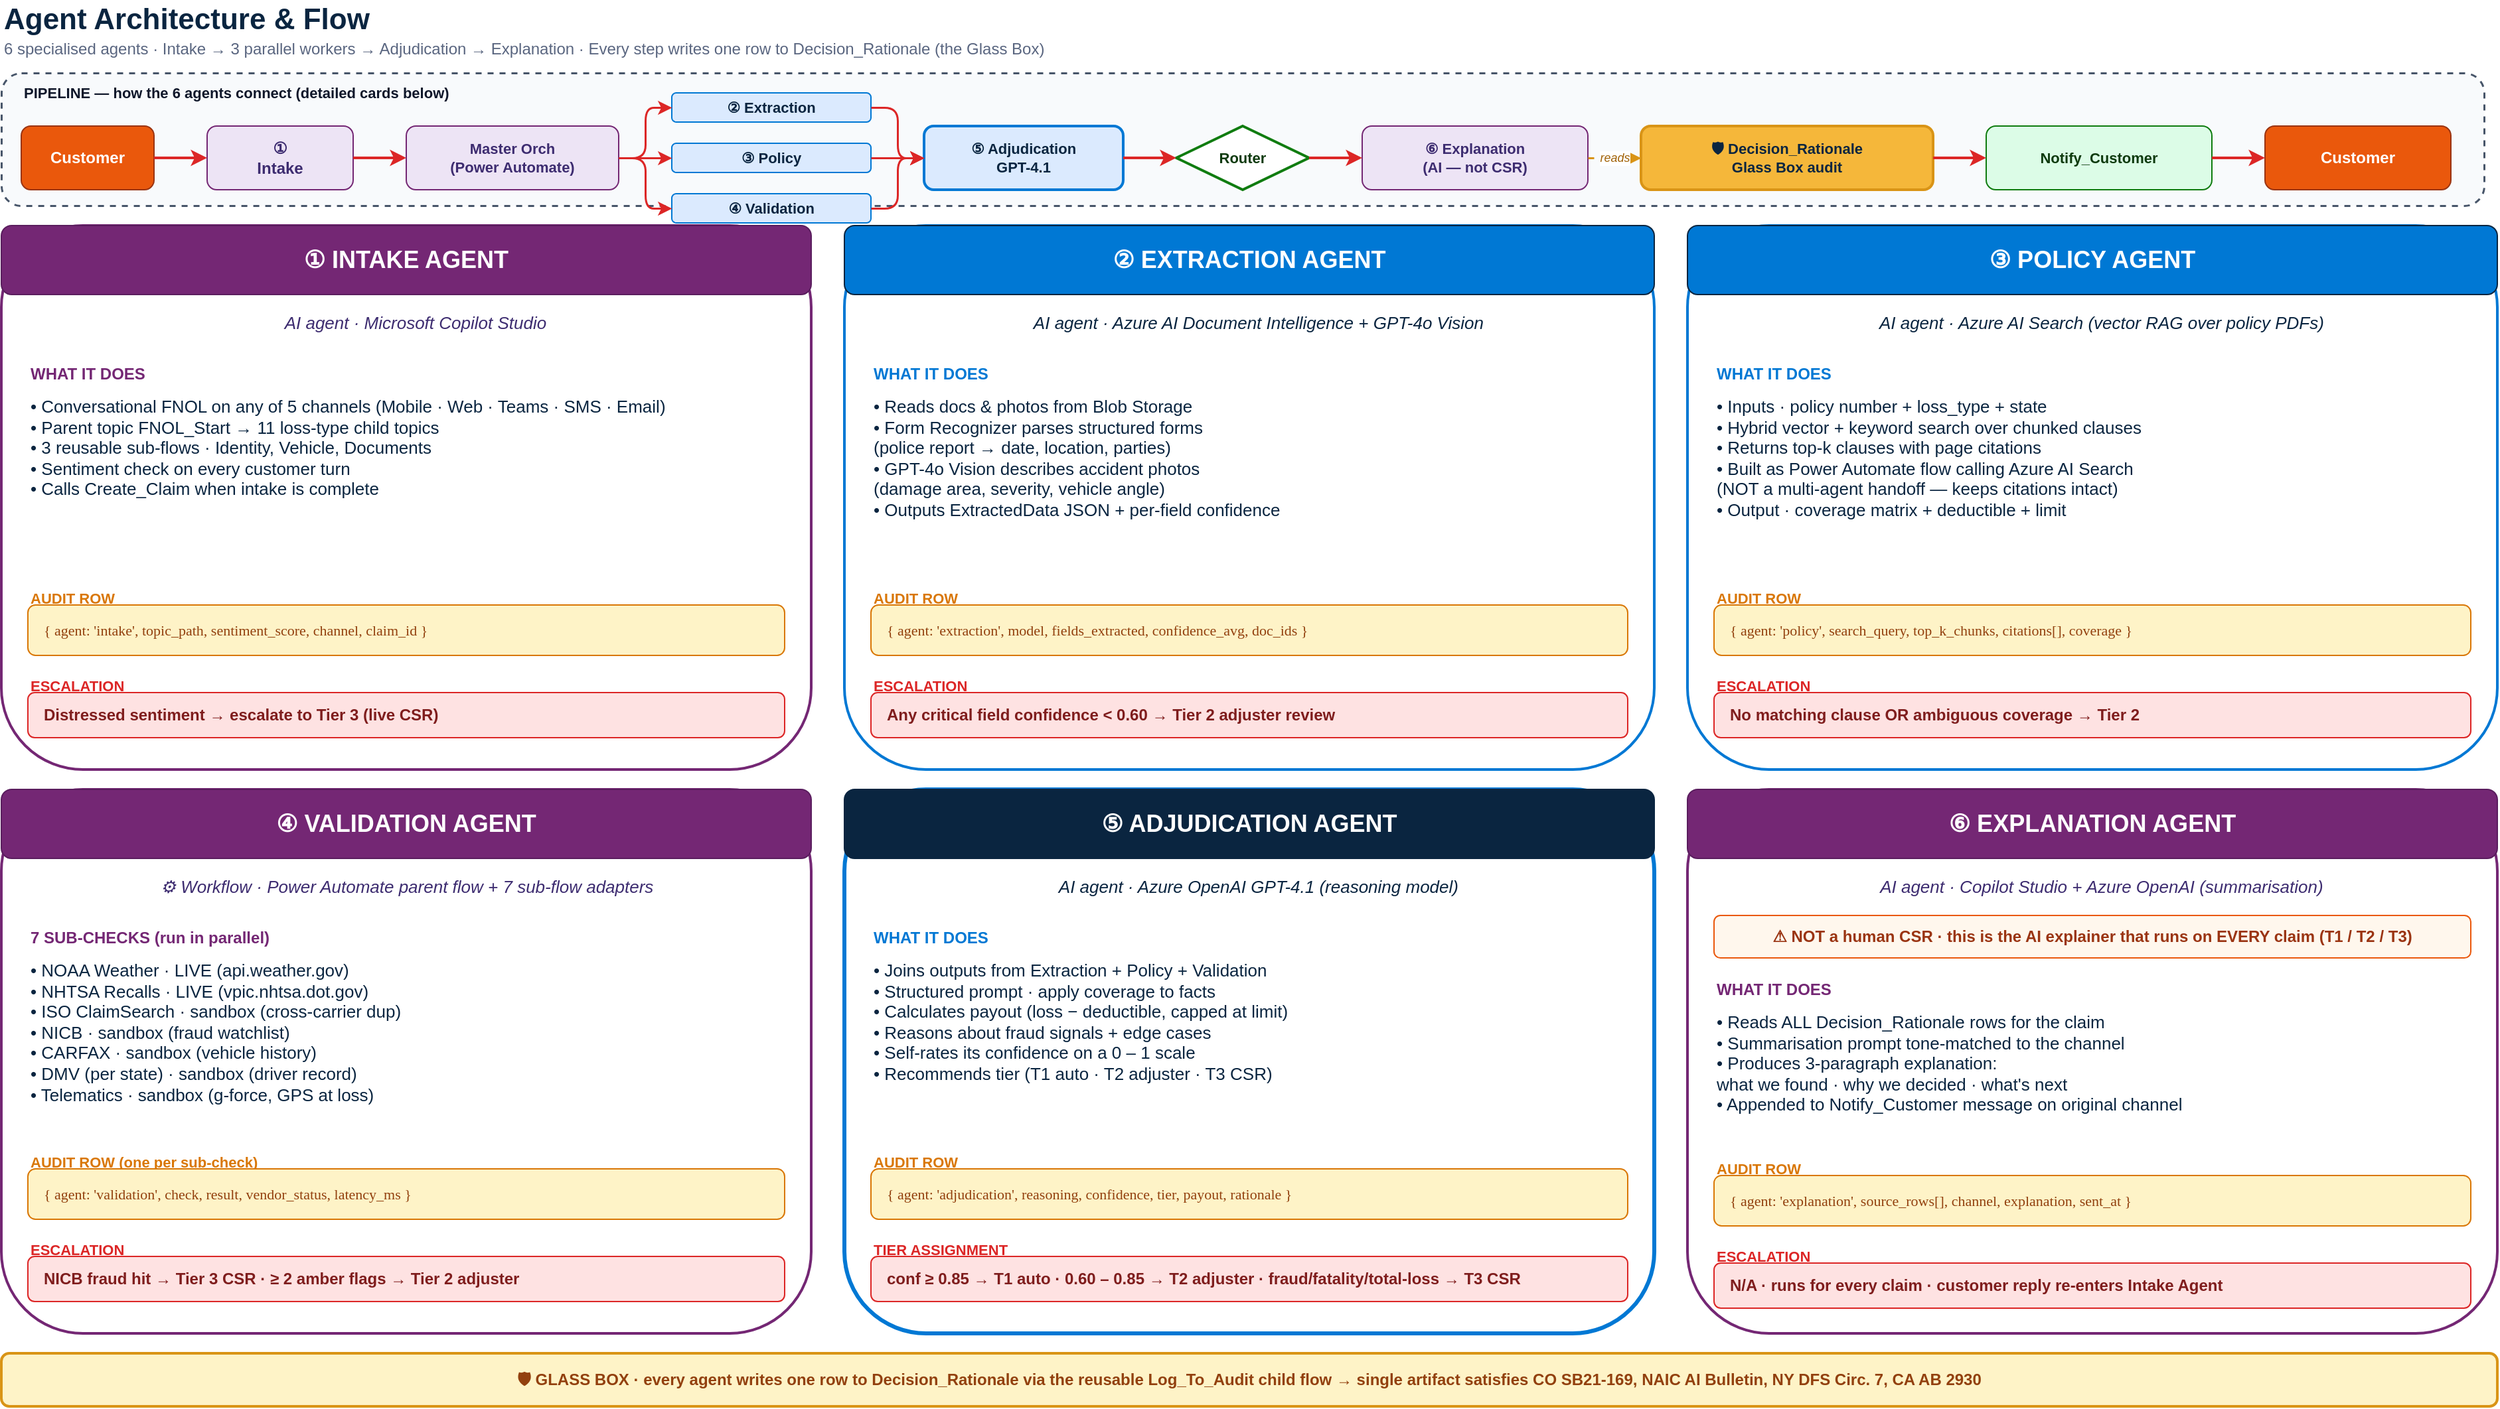
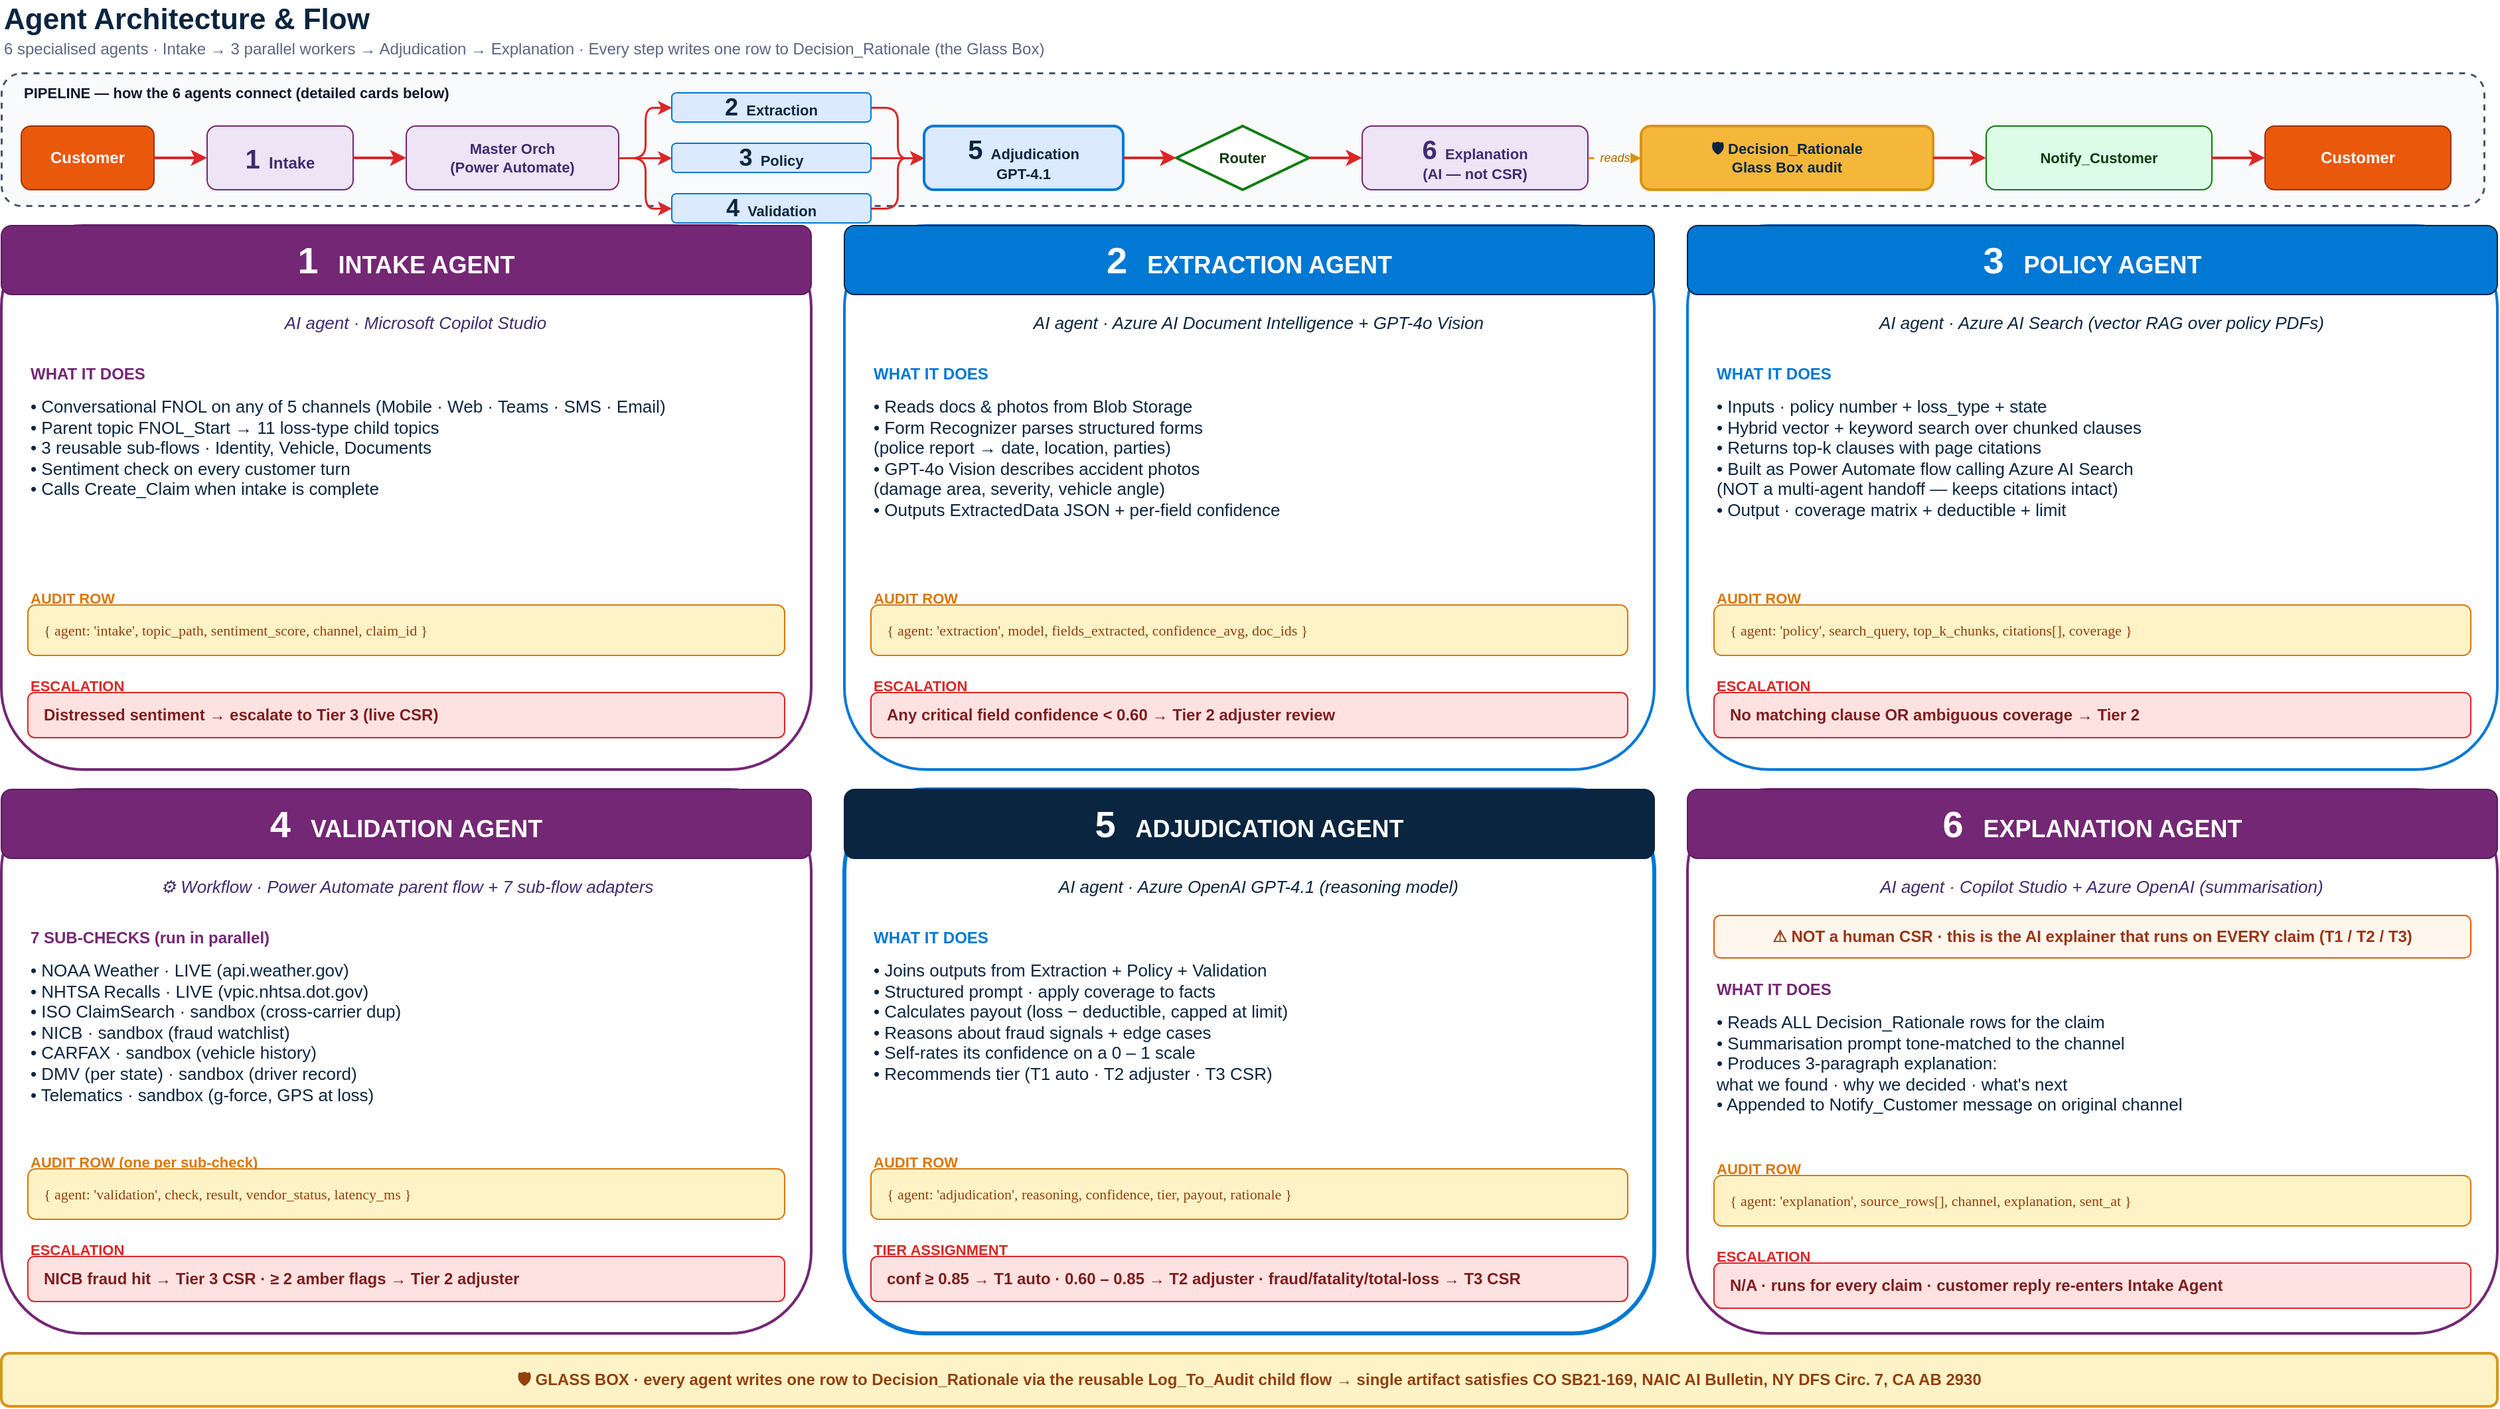
<mxfile host="app.diagrams.net" modified="2026-05-18T12:00:00.000Z" agent="Claude/Hack2Future" version="22.1.16" type="device">
  <diagram name="Agent Architecture &amp; Flow" id="agent-architecture-v2">
    <mxGraphModel dx="1422" dy="838" grid="1" gridSize="10" guides="1" tooltips="1" connect="1" arrows="1" fold="1" page="1" pageScale="1" pageWidth="1920" pageHeight="1080" math="0" shadow="0">
      <root>
        <mxCell id="0" />
        <mxCell id="1" parent="0" />

        <!-- =====  TITLE  ===== -->
        <mxCell id="title" value="Agent Architecture &amp; Flow" style="text;html=1;strokeColor=none;fillColor=none;align=left;verticalAlign=middle;fontSize=22;fontStyle=1;fontColor=#0a2540" vertex="1" parent="1">
          <mxGeometry x="25" y="10" width="1870" height="30" as="geometry" />
        </mxCell>
        <mxCell id="subtitle" value="6 specialised agents  ·  Intake → 3 parallel workers → Adjudication → Explanation  ·  Every step writes one row to Decision_Rationale (the Glass Box)" style="text;html=1;strokeColor=none;fillColor=none;align=left;verticalAlign=middle;fontSize=12;fontColor=#5a6680" vertex="1" parent="1">
          <mxGeometry x="25" y="38" width="1870" height="18" as="geometry" />
        </mxCell>

        <!-- =====================================================================
             PIPELINE OVERVIEW BAND  (y=65 - 165)  - compact, one line
             ===================================================================== -->
        <mxCell id="pipe_band" value="" style="rounded=1;whiteSpace=wrap;html=1;dashed=1;fillColor=#f8fafc;strokeColor=#475569;strokeWidth=1.5" vertex="1" parent="1">
          <mxGeometry x="25" y="65" width="1870" height="100" as="geometry" />
        </mxCell>
        <mxCell id="pipe_lbl" value="PIPELINE — how the 6 agents connect (detailed cards below)" style="text;html=1;align=left;verticalAlign=middle;fontSize=11;fontStyle=1;fontColor=#0f172a" vertex="1" parent="1">
          <mxGeometry x="40" y="72" width="600" height="16" as="geometry" />
        </mxCell>

        <mxCell id="p_cust" value="Customer" style="rounded=1;whiteSpace=wrap;html=1;fillColor=#ea580c;strokeColor=#9a3412;fontColor=#ffffff;fontSize=12;fontStyle=1;align=center;verticalAlign=middle" vertex="1" parent="1">
          <mxGeometry x="40" y="105" width="100" height="48" as="geometry" />
        </mxCell>
-         <mxCell id="p_intake" value="①&#10;Intake" style="rounded=1;whiteSpace=wrap;html=1;fillColor=#ede4f5;strokeColor=#742774;fontColor=#3d2c70;fontSize=12;fontStyle=1;align=center;verticalAlign=middle" vertex="1" parent="1">
+         <mxCell id="p_intake" value="&lt;font style=&quot;font-size:20px&quot;&gt;&lt;b&gt;1&lt;/b&gt;&lt;/font&gt;&amp;nbsp;&amp;nbsp;Intake" style="rounded=1;whiteSpace=wrap;html=1;fillColor=#ede4f5;strokeColor=#742774;fontColor=#3d2c70;fontSize=12;fontStyle=1;align=center;verticalAlign=middle" vertex="1" parent="1">
          <mxGeometry x="180" y="105" width="110" height="48" as="geometry" />
        </mxCell>
        <mxCell id="p_master" value="Master Orch&#10;(Power Automate)" style="rounded=1;whiteSpace=wrap;html=1;fillColor=#ede4f5;strokeColor=#742774;fontColor=#3d2c70;fontSize=11;fontStyle=1;align=center;verticalAlign=middle" vertex="1" parent="1">
          <mxGeometry x="330" y="105" width="160" height="48" as="geometry" />
        </mxCell>
-         <mxCell id="p_ext" value="②  Extraction" style="rounded=1;whiteSpace=wrap;html=1;fillColor=#dbeafe;strokeColor=#0078d4;fontColor=#0a2540;fontSize=11;fontStyle=1;align=center;verticalAlign=middle" vertex="1" parent="1">
+         <mxCell id="p_ext" value="&lt;font style=&quot;font-size:18px&quot;&gt;&lt;b&gt;2&lt;/b&gt;&lt;/font&gt;&amp;nbsp;&amp;nbsp;Extraction" style="rounded=1;whiteSpace=wrap;html=1;fillColor=#dbeafe;strokeColor=#0078d4;fontColor=#0a2540;fontSize=11;fontStyle=1;align=center;verticalAlign=middle" vertex="1" parent="1">
          <mxGeometry x="530" y="80" width="150" height="22" as="geometry" />
        </mxCell>
-         <mxCell id="p_pol" value="③  Policy" style="rounded=1;whiteSpace=wrap;html=1;fillColor=#dbeafe;strokeColor=#0078d4;fontColor=#0a2540;fontSize=11;fontStyle=1;align=center;verticalAlign=middle" vertex="1" parent="1">
+         <mxCell id="p_pol" value="&lt;font style=&quot;font-size:18px&quot;&gt;&lt;b&gt;3&lt;/b&gt;&lt;/font&gt;&amp;nbsp;&amp;nbsp;Policy" style="rounded=1;whiteSpace=wrap;html=1;fillColor=#dbeafe;strokeColor=#0078d4;fontColor=#0a2540;fontSize=11;fontStyle=1;align=center;verticalAlign=middle" vertex="1" parent="1">
          <mxGeometry x="530" y="118" width="150" height="22" as="geometry" />
        </mxCell>
-         <mxCell id="p_val" value="④  Validation" style="rounded=1;whiteSpace=wrap;html=1;fillColor=#dbeafe;strokeColor=#0078d4;fontColor=#0a2540;fontSize=11;fontStyle=1;align=center;verticalAlign=middle" vertex="1" parent="1">
+         <mxCell id="p_val" value="&lt;font style=&quot;font-size:18px&quot;&gt;&lt;b&gt;4&lt;/b&gt;&lt;/font&gt;&amp;nbsp;&amp;nbsp;Validation" style="rounded=1;whiteSpace=wrap;html=1;fillColor=#dbeafe;strokeColor=#0078d4;fontColor=#0a2540;fontSize=11;fontStyle=1;align=center;verticalAlign=middle" vertex="1" parent="1">
          <mxGeometry x="530" y="156" width="150" height="22" as="geometry" />
        </mxCell>
-         <mxCell id="p_adj" value="⑤  Adjudication&#10;GPT-4.1" style="rounded=1;whiteSpace=wrap;html=1;fillColor=#dbeafe;strokeColor=#0078d4;strokeWidth=2;fontColor=#0a2540;fontSize=11;fontStyle=1;align=center;verticalAlign=middle" vertex="1" parent="1">
+         <mxCell id="p_adj" value="&lt;font style=&quot;font-size:20px&quot;&gt;&lt;b&gt;5&lt;/b&gt;&lt;/font&gt;&amp;nbsp;&amp;nbsp;Adjudication&lt;br&gt;GPT-4.1" style="rounded=1;whiteSpace=wrap;html=1;fillColor=#dbeafe;strokeColor=#0078d4;strokeWidth=2;fontColor=#0a2540;fontSize=11;fontStyle=1;align=center;verticalAlign=middle" vertex="1" parent="1">
          <mxGeometry x="720" y="105" width="150" height="48" as="geometry" />
        </mxCell>
        <mxCell id="p_router" value="Router" style="rhombus;whiteSpace=wrap;html=1;fillColor=#ffffff;strokeColor=#107c10;strokeWidth=2;fontSize=11;fontStyle=1;fontColor=#0e3a0e" vertex="1" parent="1">
          <mxGeometry x="910" y="105" width="100" height="48" as="geometry" />
        </mxCell>
-         <mxCell id="p_expl" value="⑥  Explanation&#10;(AI — not CSR)" style="rounded=1;whiteSpace=wrap;html=1;fillColor=#ede4f5;strokeColor=#742774;fontColor=#3d2c70;fontSize=11;fontStyle=1;align=center;verticalAlign=middle" vertex="1" parent="1">
+         <mxCell id="p_expl" value="&lt;font style=&quot;font-size:20px&quot;&gt;&lt;b&gt;6&lt;/b&gt;&lt;/font&gt;&amp;nbsp;&amp;nbsp;Explanation&lt;br&gt;(AI — not CSR)" style="rounded=1;whiteSpace=wrap;html=1;fillColor=#ede4f5;strokeColor=#742774;fontColor=#3d2c70;fontSize=11;fontStyle=1;align=center;verticalAlign=middle" vertex="1" parent="1">
          <mxGeometry x="1050" y="105" width="170" height="48" as="geometry" />
        </mxCell>
        <mxCell id="p_audit" value="🛡  Decision_Rationale&#10;Glass Box audit" style="rounded=1;whiteSpace=wrap;html=1;fillColor=#f5b73a;strokeColor=#d99416;strokeWidth=2;fontColor=#0a2540;fontSize=11;fontStyle=1;align=center;verticalAlign=middle" vertex="1" parent="1">
          <mxGeometry x="1260" y="105" width="220" height="48" as="geometry" />
        </mxCell>
        <mxCell id="p_notify" value="Notify_Customer" style="rounded=1;whiteSpace=wrap;html=1;fillColor=#dcfce7;strokeColor=#107c10;fontColor=#0e3a0e;fontSize=11;fontStyle=1;align=center;verticalAlign=middle" vertex="1" parent="1">
          <mxGeometry x="1520" y="105" width="170" height="48" as="geometry" />
        </mxCell>
        <mxCell id="p_back" value="Customer" style="rounded=1;whiteSpace=wrap;html=1;fillColor=#ea580c;strokeColor=#9a3412;fontColor=#ffffff;fontSize=12;fontStyle=1;align=center;verticalAlign=middle" vertex="1" parent="1">
          <mxGeometry x="1730" y="105" width="140" height="48" as="geometry" />
        </mxCell>

        <!-- Pipeline arrows -->
        <mxCell id="pa1" value="" style="endArrow=classic;html=1;strokeColor=#dc2626;strokeWidth=2;edgeStyle=orthogonalEdgeStyle;rounded=1;exitX=1;exitY=0.5;entryX=0;entryY=0.5" edge="1" parent="1" source="p_cust" target="p_intake">
          <mxGeometry relative="1" as="geometry" />
        </mxCell>
        <mxCell id="pa2" value="" style="endArrow=classic;html=1;strokeColor=#dc2626;strokeWidth=2;edgeStyle=orthogonalEdgeStyle;rounded=1;exitX=1;exitY=0.5;entryX=0;entryY=0.5" edge="1" parent="1" source="p_intake" target="p_master">
          <mxGeometry relative="1" as="geometry" />
        </mxCell>
        <mxCell id="pa3a" value="" style="endArrow=classic;html=1;strokeColor=#dc2626;strokeWidth=1.5;edgeStyle=orthogonalEdgeStyle;rounded=1;exitX=1;exitY=0.5;entryX=0;entryY=0.5" edge="1" parent="1" source="p_master" target="p_ext">
          <mxGeometry relative="1" as="geometry" />
        </mxCell>
        <mxCell id="pa3b" value="" style="endArrow=classic;html=1;strokeColor=#dc2626;strokeWidth=1.5;edgeStyle=orthogonalEdgeStyle;rounded=1;exitX=1;exitY=0.5;entryX=0;entryY=0.5" edge="1" parent="1" source="p_master" target="p_pol">
          <mxGeometry relative="1" as="geometry" />
        </mxCell>
        <mxCell id="pa3c" value="" style="endArrow=classic;html=1;strokeColor=#dc2626;strokeWidth=1.5;edgeStyle=orthogonalEdgeStyle;rounded=1;exitX=1;exitY=0.5;entryX=0;entryY=0.5" edge="1" parent="1" source="p_master" target="p_val">
          <mxGeometry relative="1" as="geometry" />
        </mxCell>
        <mxCell id="pa4a" value="" style="endArrow=classic;html=1;strokeColor=#dc2626;strokeWidth=1.5;edgeStyle=orthogonalEdgeStyle;rounded=1;exitX=1;exitY=0.5;entryX=0;entryY=0.5" edge="1" parent="1" source="p_ext" target="p_adj">
          <mxGeometry relative="1" as="geometry" />
        </mxCell>
        <mxCell id="pa4b" value="" style="endArrow=classic;html=1;strokeColor=#dc2626;strokeWidth=1.5;edgeStyle=orthogonalEdgeStyle;rounded=1;exitX=1;exitY=0.5;entryX=0;entryY=0.5" edge="1" parent="1" source="p_pol" target="p_adj">
          <mxGeometry relative="1" as="geometry" />
        </mxCell>
        <mxCell id="pa4c" value="" style="endArrow=classic;html=1;strokeColor=#dc2626;strokeWidth=1.5;edgeStyle=orthogonalEdgeStyle;rounded=1;exitX=1;exitY=0.5;entryX=0;entryY=0.5" edge="1" parent="1" source="p_val" target="p_adj">
          <mxGeometry relative="1" as="geometry" />
        </mxCell>
        <mxCell id="pa5" value="" style="endArrow=classic;html=1;strokeColor=#dc2626;strokeWidth=2;edgeStyle=orthogonalEdgeStyle;rounded=1;exitX=1;exitY=0.5;entryX=0;entryY=0.5" edge="1" parent="1" source="p_adj" target="p_router">
          <mxGeometry relative="1" as="geometry" />
        </mxCell>
        <mxCell id="pa6" value="" style="endArrow=classic;html=1;strokeColor=#dc2626;strokeWidth=2;edgeStyle=orthogonalEdgeStyle;rounded=1;exitX=1;exitY=0.5;entryX=0;entryY=0.5" edge="1" parent="1" source="p_router" target="p_expl">
          <mxGeometry relative="1" as="geometry" />
        </mxCell>
        <mxCell id="pa7" value="reads" style="endArrow=classic;html=1;strokeColor=#d99416;strokeWidth=1.5;dashed=1;fontColor=#a16207;fontSize=9;fontStyle=2;edgeStyle=orthogonalEdgeStyle;rounded=1;exitX=1;exitY=0.5;entryX=0;entryY=0.5" edge="1" parent="1" source="p_expl" target="p_audit">
          <mxGeometry relative="1" as="geometry" />
        </mxCell>
        <mxCell id="pa8" value="" style="endArrow=classic;html=1;strokeColor=#dc2626;strokeWidth=2;edgeStyle=orthogonalEdgeStyle;rounded=1;exitX=1;exitY=0.5;entryX=0;entryY=0.5" edge="1" parent="1" source="p_audit" target="p_notify">
          <mxGeometry relative="1" as="geometry" />
        </mxCell>
        <mxCell id="pa9" value="" style="endArrow=classic;html=1;strokeColor=#dc2626;strokeWidth=2;edgeStyle=orthogonalEdgeStyle;rounded=1;exitX=1;exitY=0.5;entryX=0;entryY=0.5" edge="1" parent="1" source="p_notify" target="p_back">
          <mxGeometry relative="1" as="geometry" />
        </mxCell>

        <!-- =====================================================================
             AGENT CARDS — 2 x 3 GRID
             Top row    y = 180 - 590  (410h)
             Bottom row y = 605 - 1015 (410h)
             Card width 610  ·  spacing 25
             x positions: 25, 660, 1295
             ===================================================================== -->

        <!-- =====================  CARD 1: INTAKE  ===================== -->
        <mxCell id="c1_box" value="" style="rounded=1;whiteSpace=wrap;html=1;fillColor=#ffffff;strokeColor=#742774;strokeWidth=2" vertex="1" parent="1">
          <mxGeometry x="25" y="180" width="610" height="410" as="geometry" />
        </mxCell>
-         <mxCell id="c1_hdr" value="①  INTAKE AGENT" style="rounded=1;whiteSpace=wrap;html=1;fillColor=#742774;strokeColor=#5a1d5e;fontColor=#ffffff;fontSize=18;fontStyle=1;align=center;verticalAlign=middle" vertex="1" parent="1">
+         <mxCell id="c1_hdr" value="&lt;font style=&quot;font-size:28px&quot;&gt;&lt;b&gt;1&lt;/b&gt;&lt;/font&gt;&amp;nbsp;&amp;nbsp;&amp;nbsp;INTAKE AGENT" style="rounded=1;whiteSpace=wrap;html=1;fillColor=#742774;strokeColor=#5a1d5e;fontColor=#ffffff;fontSize=18;fontStyle=1;align=center;verticalAlign=middle" vertex="1" parent="1">
          <mxGeometry x="25" y="180" width="610" height="52" as="geometry" />
        </mxCell>
        <mxCell id="c1_eng" value="🤖  AI agent  ·  Microsoft Copilot Studio" style="text;html=1;align=center;verticalAlign=middle;fontSize=13;fontStyle=2;fontColor=#3d2c70" vertex="1" parent="1">
          <mxGeometry x="40" y="240" width="580" height="26" as="geometry" />
        </mxCell>

        <mxCell id="c1_what_h" value="WHAT IT DOES" style="text;html=1;align=left;fontSize=12;fontStyle=1;fontColor=#742774" vertex="1" parent="1">
          <mxGeometry x="45" y="278" width="200" height="18" as="geometry" />
        </mxCell>
        <mxCell id="c1_what" value="•  Conversational FNOL on any of 5 channels (Mobile · Web · Teams · SMS · Email)&#10;•  Parent topic  FNOL_Start  →  11 loss-type child topics&#10;•  3 reusable sub-flows  ·  Identity, Vehicle, Documents&#10;•  Sentiment check on every customer turn&#10;•  Calls  Create_Claim  when intake is complete" style="text;html=1;align=left;verticalAlign=top;fontSize=13;fontColor=#0a2540;spacingTop=4" vertex="1" parent="1">
          <mxGeometry x="45" y="298" width="570" height="142" as="geometry" />
        </mxCell>

        <mxCell id="c1_aud_h" value="AUDIT ROW" style="text;html=1;align=left;fontSize=11;fontStyle=1;fontColor=#d97706" vertex="1" parent="1">
          <mxGeometry x="45" y="448" width="100" height="16" as="geometry" />
        </mxCell>
        <mxCell id="c1_aud" value="{ agent: 'intake', topic_path, sentiment_score, channel, claim_id }" style="rounded=1;whiteSpace=wrap;html=1;fillColor=#fef3c7;strokeColor=#d97706;fontColor=#92400e;fontSize=11;fontFamily=Consolas;align=left;verticalAlign=middle;spacingLeft=10;spacingRight=10" vertex="1" parent="1">
          <mxGeometry x="45" y="466" width="570" height="38" as="geometry" />
        </mxCell>

        <mxCell id="c1_esc_h" value="ESCALATION" style="text;html=1;align=left;fontSize=11;fontStyle=1;fontColor=#dc2626" vertex="1" parent="1">
          <mxGeometry x="45" y="514" width="100" height="16" as="geometry" />
        </mxCell>
        <mxCell id="c1_esc" value="Distressed sentiment  →  escalate to Tier 3 (live CSR)" style="rounded=1;whiteSpace=wrap;html=1;fillColor=#fee2e2;strokeColor=#dc2626;fontColor=#7f1d1d;fontSize=12;fontStyle=1;align=left;verticalAlign=middle;spacingLeft=10;spacingRight=10" vertex="1" parent="1">
          <mxGeometry x="45" y="532" width="570" height="34" as="geometry" />
        </mxCell>

        <!-- =====================  CARD 2: EXTRACTION  ===================== -->
        <mxCell id="c2_box" value="" style="rounded=1;whiteSpace=wrap;html=1;fillColor=#ffffff;strokeColor=#0078d4;strokeWidth=2" vertex="1" parent="1">
          <mxGeometry x="660" y="180" width="610" height="410" as="geometry" />
        </mxCell>
-         <mxCell id="c2_hdr" value="②  EXTRACTION AGENT" style="rounded=1;whiteSpace=wrap;html=1;fillColor=#0078d4;strokeColor=#0a2540;fontColor=#ffffff;fontSize=18;fontStyle=1;align=center;verticalAlign=middle" vertex="1" parent="1">
+         <mxCell id="c2_hdr" value="&lt;font style=&quot;font-size:28px&quot;&gt;&lt;b&gt;2&lt;/b&gt;&lt;/font&gt;&amp;nbsp;&amp;nbsp;&amp;nbsp;EXTRACTION AGENT" style="rounded=1;whiteSpace=wrap;html=1;fillColor=#0078d4;strokeColor=#0a2540;fontColor=#ffffff;fontSize=18;fontStyle=1;align=center;verticalAlign=middle" vertex="1" parent="1">
          <mxGeometry x="660" y="180" width="610" height="52" as="geometry" />
        </mxCell>
        <mxCell id="c2_eng" value="🤖  AI agent  ·  Azure AI Document Intelligence  +  GPT-4o Vision" style="text;html=1;align=center;verticalAlign=middle;fontSize=13;fontStyle=2;fontColor=#0a2540" vertex="1" parent="1">
          <mxGeometry x="675" y="240" width="580" height="26" as="geometry" />
        </mxCell>

        <mxCell id="c2_what_h" value="WHAT IT DOES" style="text;html=1;align=left;fontSize=12;fontStyle=1;fontColor=#0078d4" vertex="1" parent="1">
          <mxGeometry x="680" y="278" width="200" height="18" as="geometry" />
        </mxCell>
        <mxCell id="c2_what" value="•  Reads docs &amp; photos from Blob Storage&#10;•  Form Recognizer parses structured forms&#10;     (police report  →  date, location, parties)&#10;•  GPT-4o Vision describes accident photos&#10;     (damage area, severity, vehicle angle)&#10;•  Outputs ExtractedData JSON  +  per-field confidence" style="text;html=1;align=left;verticalAlign=top;fontSize=13;fontColor=#0a2540;spacingTop=4" vertex="1" parent="1">
          <mxGeometry x="680" y="298" width="570" height="142" as="geometry" />
        </mxCell>

        <mxCell id="c2_aud_h" value="AUDIT ROW" style="text;html=1;align=left;fontSize=11;fontStyle=1;fontColor=#d97706" vertex="1" parent="1">
          <mxGeometry x="680" y="448" width="100" height="16" as="geometry" />
        </mxCell>
        <mxCell id="c2_aud" value="{ agent: 'extraction', model, fields_extracted, confidence_avg, doc_ids }" style="rounded=1;whiteSpace=wrap;html=1;fillColor=#fef3c7;strokeColor=#d97706;fontColor=#92400e;fontSize=11;fontFamily=Consolas;align=left;verticalAlign=middle;spacingLeft=10;spacingRight=10" vertex="1" parent="1">
          <mxGeometry x="680" y="466" width="570" height="38" as="geometry" />
        </mxCell>

        <mxCell id="c2_esc_h" value="ESCALATION" style="text;html=1;align=left;fontSize=11;fontStyle=1;fontColor=#dc2626" vertex="1" parent="1">
          <mxGeometry x="680" y="514" width="100" height="16" as="geometry" />
        </mxCell>
        <mxCell id="c2_esc" value="Any critical field confidence  &lt; 0.60  →  Tier 2 adjuster review" style="rounded=1;whiteSpace=wrap;html=1;fillColor=#fee2e2;strokeColor=#dc2626;fontColor=#7f1d1d;fontSize=12;fontStyle=1;align=left;verticalAlign=middle;spacingLeft=10;spacingRight=10" vertex="1" parent="1">
          <mxGeometry x="680" y="532" width="570" height="34" as="geometry" />
        </mxCell>

        <!-- =====================  CARD 3: POLICY  ===================== -->
        <mxCell id="c3_box" value="" style="rounded=1;whiteSpace=wrap;html=1;fillColor=#ffffff;strokeColor=#0078d4;strokeWidth=2" vertex="1" parent="1">
          <mxGeometry x="1295" y="180" width="610" height="410" as="geometry" />
        </mxCell>
-         <mxCell id="c3_hdr" value="③  POLICY AGENT" style="rounded=1;whiteSpace=wrap;html=1;fillColor=#0078d4;strokeColor=#0a2540;fontColor=#ffffff;fontSize=18;fontStyle=1;align=center;verticalAlign=middle" vertex="1" parent="1">
+         <mxCell id="c3_hdr" value="&lt;font style=&quot;font-size:28px&quot;&gt;&lt;b&gt;3&lt;/b&gt;&lt;/font&gt;&amp;nbsp;&amp;nbsp;&amp;nbsp;POLICY AGENT" style="rounded=1;whiteSpace=wrap;html=1;fillColor=#0078d4;strokeColor=#0a2540;fontColor=#ffffff;fontSize=18;fontStyle=1;align=center;verticalAlign=middle" vertex="1" parent="1">
          <mxGeometry x="1295" y="180" width="610" height="52" as="geometry" />
        </mxCell>
        <mxCell id="c3_eng" value="🤖  AI agent  ·  Azure AI Search (vector RAG over policy PDFs)" style="text;html=1;align=center;verticalAlign=middle;fontSize=13;fontStyle=2;fontColor=#0a2540" vertex="1" parent="1">
          <mxGeometry x="1310" y="240" width="580" height="26" as="geometry" />
        </mxCell>

        <mxCell id="c3_what_h" value="WHAT IT DOES" style="text;html=1;align=left;fontSize=12;fontStyle=1;fontColor=#0078d4" vertex="1" parent="1">
          <mxGeometry x="1315" y="278" width="200" height="18" as="geometry" />
        </mxCell>
        <mxCell id="c3_what" value="•  Inputs  ·  policy number  +  loss_type  +  state&#10;•  Hybrid vector + keyword search over chunked clauses&#10;•  Returns top-k clauses with page citations&#10;•  Built as Power Automate flow calling Azure AI Search&#10;     (NOT a multi-agent handoff — keeps citations intact)&#10;•  Output  ·  coverage matrix  +  deductible  +  limit" style="text;html=1;align=left;verticalAlign=top;fontSize=13;fontColor=#0a2540;spacingTop=4" vertex="1" parent="1">
          <mxGeometry x="1315" y="298" width="570" height="142" as="geometry" />
        </mxCell>

        <mxCell id="c3_aud_h" value="AUDIT ROW" style="text;html=1;align=left;fontSize=11;fontStyle=1;fontColor=#d97706" vertex="1" parent="1">
          <mxGeometry x="1315" y="448" width="100" height="16" as="geometry" />
        </mxCell>
        <mxCell id="c3_aud" value="{ agent: 'policy', search_query, top_k_chunks, citations[], coverage }" style="rounded=1;whiteSpace=wrap;html=1;fillColor=#fef3c7;strokeColor=#d97706;fontColor=#92400e;fontSize=11;fontFamily=Consolas;align=left;verticalAlign=middle;spacingLeft=10;spacingRight=10" vertex="1" parent="1">
          <mxGeometry x="1315" y="466" width="570" height="38" as="geometry" />
        </mxCell>

        <mxCell id="c3_esc_h" value="ESCALATION" style="text;html=1;align=left;fontSize=11;fontStyle=1;fontColor=#dc2626" vertex="1" parent="1">
          <mxGeometry x="1315" y="514" width="100" height="16" as="geometry" />
        </mxCell>
        <mxCell id="c3_esc" value="No matching clause  OR  ambiguous coverage  →  Tier 2" style="rounded=1;whiteSpace=wrap;html=1;fillColor=#fee2e2;strokeColor=#dc2626;fontColor=#7f1d1d;fontSize=12;fontStyle=1;align=left;verticalAlign=middle;spacingLeft=10;spacingRight=10" vertex="1" parent="1">
          <mxGeometry x="1315" y="532" width="570" height="34" as="geometry" />
        </mxCell>

        <!-- =====================  CARD 4: VALIDATION  ===================== -->
        <mxCell id="c4_box" value="" style="rounded=1;whiteSpace=wrap;html=1;fillColor=#ffffff;strokeColor=#742774;strokeWidth=2" vertex="1" parent="1">
          <mxGeometry x="25" y="605" width="610" height="410" as="geometry" />
        </mxCell>
-         <mxCell id="c4_hdr" value="④  VALIDATION AGENT" style="rounded=1;whiteSpace=wrap;html=1;fillColor=#742774;strokeColor=#5a1d5e;fontColor=#ffffff;fontSize=18;fontStyle=1;align=center;verticalAlign=middle" vertex="1" parent="1">
+         <mxCell id="c4_hdr" value="&lt;font style=&quot;font-size:28px&quot;&gt;&lt;b&gt;4&lt;/b&gt;&lt;/font&gt;&amp;nbsp;&amp;nbsp;&amp;nbsp;VALIDATION AGENT" style="rounded=1;whiteSpace=wrap;html=1;fillColor=#742774;strokeColor=#5a1d5e;fontColor=#ffffff;fontSize=18;fontStyle=1;align=center;verticalAlign=middle" vertex="1" parent="1">
          <mxGeometry x="25" y="605" width="610" height="52" as="geometry" />
        </mxCell>
        <mxCell id="c4_eng" value="⚙  Workflow  ·  Power Automate parent flow  +  7 sub-flow adapters" style="text;html=1;align=center;verticalAlign=middle;fontSize=13;fontStyle=2;fontColor=#3d2c70" vertex="1" parent="1">
          <mxGeometry x="40" y="665" width="580" height="26" as="geometry" />
        </mxCell>

        <mxCell id="c4_what_h" value="7 SUB-CHECKS  (run in parallel)" style="text;html=1;align=left;fontSize=12;fontStyle=1;fontColor=#742774" vertex="1" parent="1">
          <mxGeometry x="45" y="703" width="300" height="18" as="geometry" />
        </mxCell>
        <mxCell id="c4_what" value="•  NOAA Weather  ·  LIVE  (api.weather.gov)&#10;•  NHTSA Recalls  ·  LIVE  (vpic.nhtsa.dot.gov)&#10;•  ISO ClaimSearch  ·  sandbox  (cross-carrier dup)&#10;•  NICB  ·  sandbox  (fraud watchlist)&#10;•  CARFAX  ·  sandbox  (vehicle history)&#10;•  DMV (per state)  ·  sandbox  (driver record)&#10;•  Telematics  ·  sandbox  (g-force, GPS at loss)" style="text;html=1;align=left;verticalAlign=top;fontSize=13;fontColor=#0a2540;spacingTop=4" vertex="1" parent="1">
          <mxGeometry x="45" y="723" width="570" height="142" as="geometry" />
        </mxCell>

        <mxCell id="c4_aud_h" value="AUDIT ROW  (one per sub-check)" style="text;html=1;align=left;fontSize=11;fontStyle=1;fontColor=#d97706" vertex="1" parent="1">
          <mxGeometry x="45" y="873" width="280" height="16" as="geometry" />
        </mxCell>
        <mxCell id="c4_aud" value="{ agent: 'validation', check, result, vendor_status, latency_ms }" style="rounded=1;whiteSpace=wrap;html=1;fillColor=#fef3c7;strokeColor=#d97706;fontColor=#92400e;fontSize=11;fontFamily=Consolas;align=left;verticalAlign=middle;spacingLeft=10;spacingRight=10" vertex="1" parent="1">
          <mxGeometry x="45" y="891" width="570" height="38" as="geometry" />
        </mxCell>

        <mxCell id="c4_esc_h" value="ESCALATION" style="text;html=1;align=left;fontSize=11;fontStyle=1;fontColor=#dc2626" vertex="1" parent="1">
          <mxGeometry x="45" y="939" width="100" height="16" as="geometry" />
        </mxCell>
        <mxCell id="c4_esc" value="NICB fraud hit  →  Tier 3 CSR  ·  ≥ 2 amber flags  →  Tier 2 adjuster" style="rounded=1;whiteSpace=wrap;html=1;fillColor=#fee2e2;strokeColor=#dc2626;fontColor=#7f1d1d;fontSize=12;fontStyle=1;align=left;verticalAlign=middle;spacingLeft=10;spacingRight=10" vertex="1" parent="1">
          <mxGeometry x="45" y="957" width="570" height="34" as="geometry" />
        </mxCell>

        <!-- =====================  CARD 5: ADJUDICATION  ===================== -->
        <mxCell id="c5_box" value="" style="rounded=1;whiteSpace=wrap;html=1;fillColor=#ffffff;strokeColor=#0078d4;strokeWidth=3" vertex="1" parent="1">
          <mxGeometry x="660" y="605" width="610" height="410" as="geometry" />
        </mxCell>
-         <mxCell id="c5_hdr" value="⑤  ADJUDICATION AGENT" style="rounded=1;whiteSpace=wrap;html=1;fillColor=#0a2540;strokeColor=#0a2540;fontColor=#ffffff;fontSize=18;fontStyle=1;align=center;verticalAlign=middle" vertex="1" parent="1">
+         <mxCell id="c5_hdr" value="&lt;font style=&quot;font-size:28px&quot;&gt;&lt;b&gt;5&lt;/b&gt;&lt;/font&gt;&amp;nbsp;&amp;nbsp;&amp;nbsp;ADJUDICATION AGENT" style="rounded=1;whiteSpace=wrap;html=1;fillColor=#0a2540;strokeColor=#0a2540;fontColor=#ffffff;fontSize=18;fontStyle=1;align=center;verticalAlign=middle" vertex="1" parent="1">
          <mxGeometry x="660" y="605" width="610" height="52" as="geometry" />
        </mxCell>
        <mxCell id="c5_eng" value="🤖  AI agent  ·  Azure OpenAI  GPT-4.1  (reasoning model)" style="text;html=1;align=center;verticalAlign=middle;fontSize=13;fontStyle=2;fontColor=#0a2540" vertex="1" parent="1">
          <mxGeometry x="675" y="665" width="580" height="26" as="geometry" />
        </mxCell>

        <mxCell id="c5_what_h" value="WHAT IT DOES" style="text;html=1;align=left;fontSize=12;fontStyle=1;fontColor=#0078d4" vertex="1" parent="1">
          <mxGeometry x="680" y="703" width="200" height="18" as="geometry" />
        </mxCell>
        <mxCell id="c5_what" value="•  Joins outputs from Extraction + Policy + Validation&#10;•  Structured prompt  ·  apply coverage to facts&#10;•  Calculates payout  (loss − deductible, capped at limit)&#10;•  Reasons about fraud signals + edge cases&#10;•  Self-rates its confidence on a 0 – 1 scale&#10;•  Recommends tier  (T1 auto · T2 adjuster · T3 CSR)" style="text;html=1;align=left;verticalAlign=top;fontSize=13;fontColor=#0a2540;spacingTop=4" vertex="1" parent="1">
          <mxGeometry x="680" y="723" width="570" height="142" as="geometry" />
        </mxCell>

        <mxCell id="c5_aud_h" value="AUDIT ROW" style="text;html=1;align=left;fontSize=11;fontStyle=1;fontColor=#d97706" vertex="1" parent="1">
          <mxGeometry x="680" y="873" width="100" height="16" as="geometry" />
        </mxCell>
        <mxCell id="c5_aud" value="{ agent: 'adjudication', reasoning, confidence, tier, payout, rationale }" style="rounded=1;whiteSpace=wrap;html=1;fillColor=#fef3c7;strokeColor=#d97706;fontColor=#92400e;fontSize=11;fontFamily=Consolas;align=left;verticalAlign=middle;spacingLeft=10;spacingRight=10" vertex="1" parent="1">
          <mxGeometry x="680" y="891" width="570" height="38" as="geometry" />
        </mxCell>

        <mxCell id="c5_esc_h" value="TIER ASSIGNMENT" style="text;html=1;align=left;fontSize=11;fontStyle=1;fontColor=#dc2626" vertex="1" parent="1">
          <mxGeometry x="680" y="939" width="160" height="16" as="geometry" />
        </mxCell>
        <mxCell id="c5_esc" value="conf ≥ 0.85 → T1 auto  ·  0.60 – 0.85 → T2 adjuster  ·  fraud/fatality/total-loss → T3 CSR" style="rounded=1;whiteSpace=wrap;html=1;fillColor=#fee2e2;strokeColor=#dc2626;fontColor=#7f1d1d;fontSize=12;fontStyle=1;align=left;verticalAlign=middle;spacingLeft=10;spacingRight=10" vertex="1" parent="1">
          <mxGeometry x="680" y="957" width="570" height="34" as="geometry" />
        </mxCell>

        <!-- =====================  CARD 6: EXPLANATION  ===================== -->
        <mxCell id="c6_box" value="" style="rounded=1;whiteSpace=wrap;html=1;fillColor=#ffffff;strokeColor=#742774;strokeWidth=2" vertex="1" parent="1">
          <mxGeometry x="1295" y="605" width="610" height="410" as="geometry" />
        </mxCell>
-         <mxCell id="c6_hdr" value="⑥  EXPLANATION AGENT" style="rounded=1;whiteSpace=wrap;html=1;fillColor=#742774;strokeColor=#5a1d5e;fontColor=#ffffff;fontSize=18;fontStyle=1;align=center;verticalAlign=middle" vertex="1" parent="1">
+         <mxCell id="c6_hdr" value="&lt;font style=&quot;font-size:28px&quot;&gt;&lt;b&gt;6&lt;/b&gt;&lt;/font&gt;&amp;nbsp;&amp;nbsp;&amp;nbsp;EXPLANATION AGENT" style="rounded=1;whiteSpace=wrap;html=1;fillColor=#742774;strokeColor=#5a1d5e;fontColor=#ffffff;fontSize=18;fontStyle=1;align=center;verticalAlign=middle" vertex="1" parent="1">
          <mxGeometry x="1295" y="605" width="610" height="52" as="geometry" />
        </mxCell>
        <mxCell id="c6_eng" value="🤖  AI agent  ·  Copilot Studio  +  Azure OpenAI  (summarisation)" style="text;html=1;align=center;verticalAlign=middle;fontSize=13;fontStyle=2;fontColor=#3d2c70" vertex="1" parent="1">
          <mxGeometry x="1310" y="665" width="580" height="26" as="geometry" />
        </mxCell>

        <mxCell id="c6_clarify" value="⚠  NOT a human CSR  ·  this is the AI explainer that runs on EVERY claim  (T1 / T2 / T3)" style="rounded=1;whiteSpace=wrap;html=1;fillColor=#fff7ed;strokeColor=#ea580c;fontColor=#9a3412;fontSize=12;fontStyle=1;align=center;verticalAlign=middle" vertex="1" parent="1">
          <mxGeometry x="1315" y="700" width="570" height="32" as="geometry" />
        </mxCell>

        <mxCell id="c6_what_h" value="WHAT IT DOES" style="text;html=1;align=left;fontSize=12;fontStyle=1;fontColor=#742774" vertex="1" parent="1">
          <mxGeometry x="1315" y="742" width="200" height="18" as="geometry" />
        </mxCell>
        <mxCell id="c6_what" value="•  Reads ALL Decision_Rationale rows for the claim&#10;•  Summarisation prompt tone-matched to the channel&#10;•  Produces 3-paragraph explanation:&#10;     what we found  ·  why we decided  ·  what's next&#10;•  Appended to Notify_Customer message on original channel" style="text;html=1;align=left;verticalAlign=top;fontSize=13;fontColor=#0a2540;spacingTop=4" vertex="1" parent="1">
          <mxGeometry x="1315" y="762" width="570" height="108" as="geometry" />
        </mxCell>

        <mxCell id="c6_aud_h" value="AUDIT ROW" style="text;html=1;align=left;fontSize=11;fontStyle=1;fontColor=#d97706" vertex="1" parent="1">
          <mxGeometry x="1315" y="878" width="100" height="16" as="geometry" />
        </mxCell>
        <mxCell id="c6_aud" value="{ agent: 'explanation', source_rows[], channel, explanation, sent_at }" style="rounded=1;whiteSpace=wrap;html=1;fillColor=#fef3c7;strokeColor=#d97706;fontColor=#92400e;fontSize=11;fontFamily=Consolas;align=left;verticalAlign=middle;spacingLeft=10;spacingRight=10" vertex="1" parent="1">
          <mxGeometry x="1315" y="896" width="570" height="38" as="geometry" />
        </mxCell>

        <mxCell id="c6_esc_h" value="ESCALATION" style="text;html=1;align=left;fontSize=11;fontStyle=1;fontColor=#dc2626" vertex="1" parent="1">
          <mxGeometry x="1315" y="944" width="100" height="16" as="geometry" />
        </mxCell>
        <mxCell id="c6_esc" value="N/A  ·  runs for every claim  ·  customer reply re-enters Intake Agent" style="rounded=1;whiteSpace=wrap;html=1;fillColor=#fee2e2;strokeColor=#dc2626;fontColor=#7f1d1d;fontSize=12;fontStyle=1;align=left;verticalAlign=middle;spacingLeft=10;spacingRight=10" vertex="1" parent="1">
          <mxGeometry x="1315" y="962" width="570" height="34" as="geometry" />
        </mxCell>

        <!-- =====  FOOTER  ===== -->
        <mxCell id="footer" value="🛡  GLASS BOX  ·  every agent writes one row to  Decision_Rationale  via the reusable  Log_To_Audit  child flow  →  single artifact satisfies CO SB21-169, NAIC AI Bulletin, NY DFS Circ. 7, CA AB 2930" style="rounded=1;whiteSpace=wrap;html=1;fillColor=#fef3c7;strokeColor=#d99416;strokeWidth=2;fontColor=#92400e;fontSize=12;fontStyle=1;align=center;verticalAlign=middle" vertex="1" parent="1">
          <mxGeometry x="25" y="1030" width="1880" height="40" as="geometry" />
        </mxCell>

      </root>
    </mxGraphModel>
  </diagram>
</mxfile>
